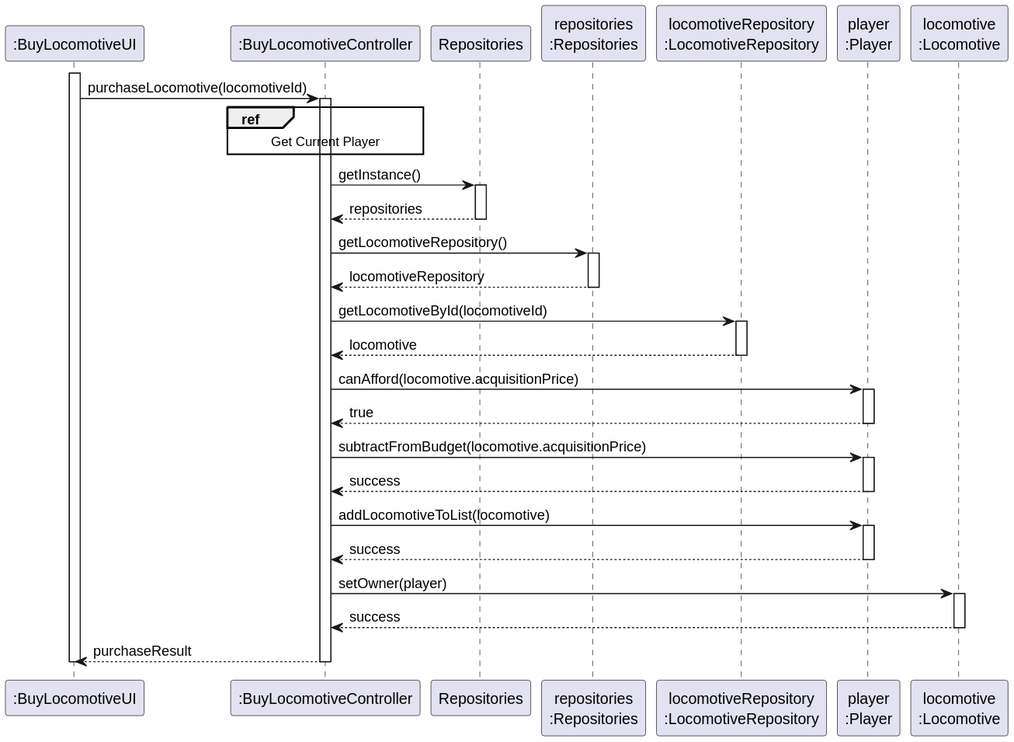
Before: docs/system-documentation/Sprint 2/US09/03.design/svg/US09-SD-partial-purchase-locomotive.svg, a diagram exported from PlantUML (HenriqueSilva18/Railway-Network-Simulator).
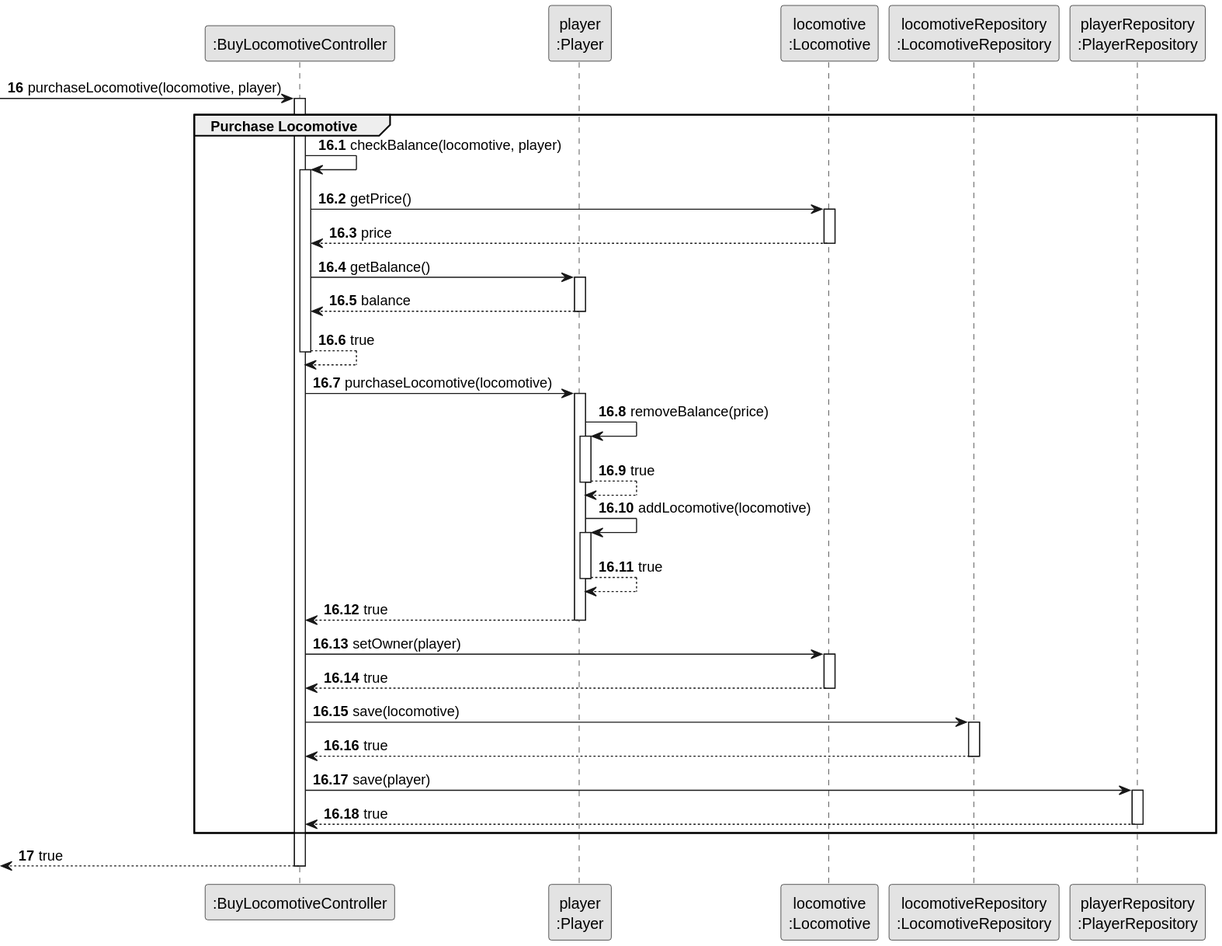
After the change.

Change to the diagram source:
```diff
@@ -1,59 +1,68 @@
 @startuml
+skinparam monochrome true
 skinparam packageStyle rectangle
 skinparam shadowing false
 
-participant ":BuyLocomotiveUI" as UI
 participant ":BuyLocomotiveController" as CTRL
-participant "Repositories" as REPOS
-participant "repositories\n:Repositories" as REPOS_SINGLETON
+participant "player\n:Player" as PLAYER
+participant "locomotive\n:Locomotive" as LOCOMOTIVE
 participant "locomotiveRepository\n:LocomotiveRepository" as LOC_REPO
-participant "player\n:Player" as PLAYER_OBJ
-participant "locomotive\n:Locomotive" as LOCOMOTIVE
+participant "playerRepository\n:PlayerRepository" as PLAYER_REPO
 
-activate UI
-    UI -> CTRL : purchaseLocomotive(locomotiveId)
-    activate CTRL
+autonumber 16
+-> CTRL: purchaseLocomotive(locomotive, player)
 
-        ref over CTRL
-            Get Current Player
-        end ref
+autonumber 16.1
+activate CTRL
+    group Purchase Locomotive
 
-        CTRL -> REPOS : getInstance()
-        activate REPOS
-            REPOS --> CTRL : repositories
-        deactivate REPOS
+        CTRL -> CTRL: checkBalance(locomotive, player)
+        activate CTRL
+            CTRL -> LOCOMOTIVE: getPrice()
+            activate LOCOMOTIVE
+                LOCOMOTIVE --> CTRL: price
+            deactivate LOCOMOTIVE
 
-        CTRL -> REPOS_SINGLETON : getLocomotiveRepository()
-        activate REPOS_SINGLETON
-            REPOS_SINGLETON --> CTRL : locomotiveRepository
-        deactivate REPOS_SINGLETON
+            CTRL -> PLAYER: getBalance()
+            activate PLAYER
+                PLAYER --> CTRL: balance
+            deactivate PLAYER
 
-        CTRL -> LOC_REPO : getLocomotiveById(locomotiveId)
+            CTRL --> CTRL: true
+        deactivate CTRL
+
+        CTRL -> PLAYER: purchaseLocomotive(locomotive)
+        activate PLAYER
+            PLAYER -> PLAYER: removeBalance(price)
+            activate PLAYER
+                PLAYER --> PLAYER: true
+            deactivate PLAYER
+
+            PLAYER -> PLAYER: addLocomotive(locomotive)
+            activate PLAYER
+                PLAYER --> PLAYER: true
+            deactivate PLAYER
+
+            PLAYER --> CTRL: true
+        deactivate PLAYER
+
+        CTRL -> LOCOMOTIVE: setOwner(player)
+        activate LOCOMOTIVE
+            LOCOMOTIVE --> CTRL: true
+        deactivate LOCOMOTIVE
+
+        CTRL -> LOC_REPO: save(locomotive)
         activate LOC_REPO
-            LOC_REPO --> CTRL : locomotive
+            LOC_REPO --> CTRL: true
         deactivate LOC_REPO
 
-        CTRL -> PLAYER_OBJ : canAfford(locomotive.acquisitionPrice)
-        activate PLAYER_OBJ
-            PLAYER_OBJ --> CTRL : true
-        deactivate PLAYER_OBJ
+        CTRL -> PLAYER_REPO: save(player)
+        activate PLAYER_REPO
+            PLAYER_REPO --> CTRL: true
+        deactivate PLAYER_REPO
+    end
 
-        CTRL -> PLAYER_OBJ : subtractFromBudget(locomotive.acquisitionPrice)
-        activate PLAYER_OBJ
-            PLAYER_OBJ --> CTRL : success
-        deactivate PLAYER_OBJ
-
-        CTRL -> PLAYER_OBJ : addLocomotiveToList(locomotive)
-        activate PLAYER_OBJ
-            PLAYER_OBJ --> CTRL : success
-        deactivate PLAYER_OBJ
-
-        CTRL -> LOCOMOTIVE : setOwner(player)
-        activate LOCOMOTIVE
-            LOCOMOTIVE --> CTRL : success
-        deactivate LOCOMOTIVE
-
-        CTRL --> UI : purchaseResult
-    deactivate CTRL
-deactivate UI
+    autonumber 17
+    <-- CTRL: true
+deactivate CTRL
 @enduml
```
